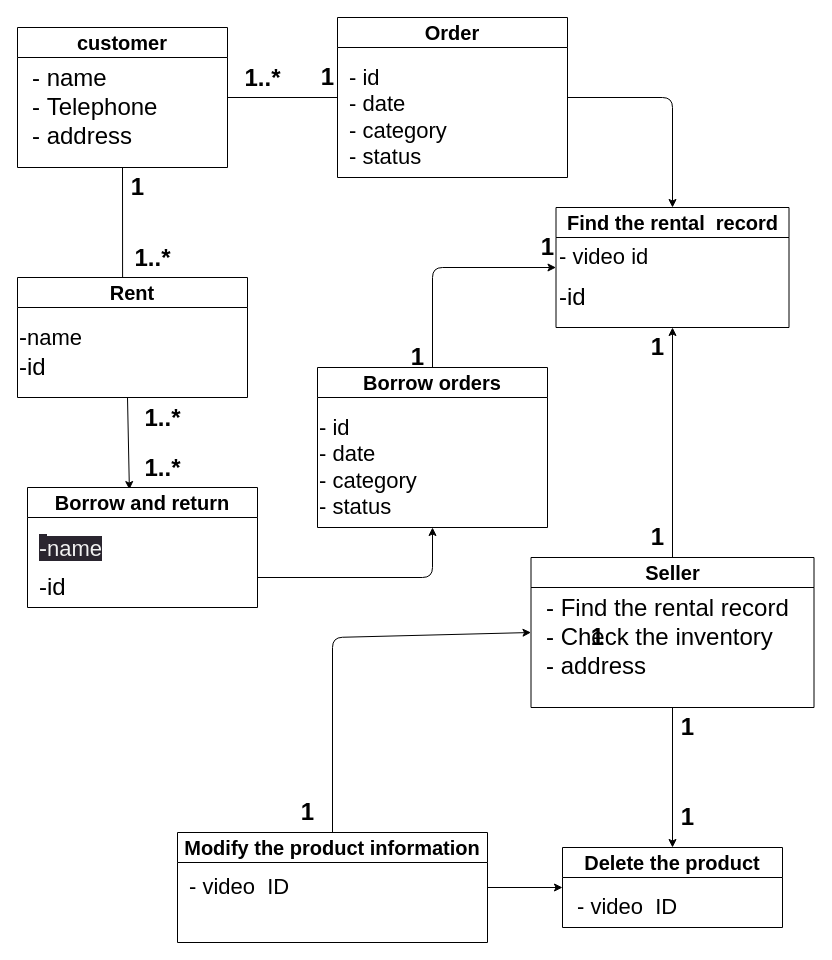
This is page "初步類別圖" (1 of 3) of answer.drawio from as37470317/112-2Finalproject, a draw.io file, before an edit. Source tidied: cells renumbered, new cells numbered last; positions are measured from the earlier drawing's top-left corner, leaving out a move shared by most shapes. Both pictures are drawn from the tidied source at 100%, with x=0, y=0 at pixel (17, 17).
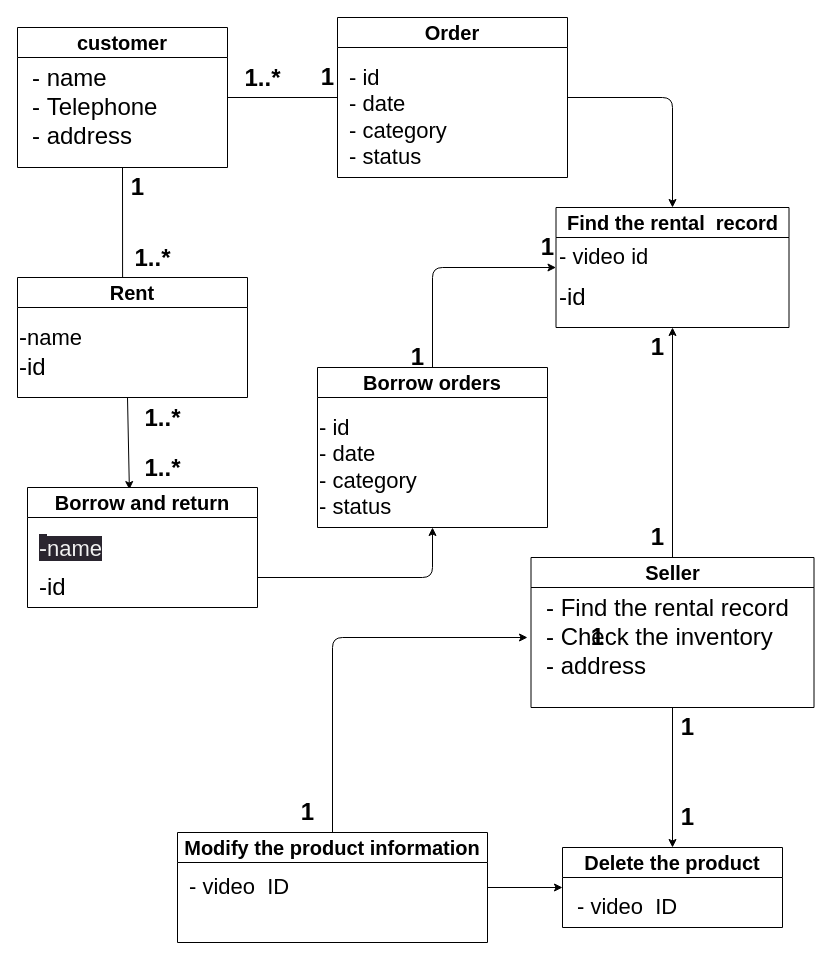
Above is the later version.

The change refers to these unchanged cells:
```xml
<mxCell id="13" value="&lt;span style=&quot;font-size: 20px;&quot;&gt;Seller&lt;/span&gt;" style="swimlane;whiteSpace=wrap;html=1;startSize=30;" parent="1" vertex="1">
  <mxGeometry x="513.5" y="540" width="283" height="150" as="geometry" />
</mxCell>
<mxCell id="46" value="1" style="text;strokeColor=none;fillColor=none;html=1;fontSize=24;fontStyle=1;verticalAlign=middle;align=center;" parent="1" vertex="1">
  <mxGeometry x="240" y="775" width="100" height="40" as="geometry" />
</mxCell>
```

The edit, as a diff of the source:
```diff
@@
-    <mxCell id="45" style="edgeStyle=none;html=1;exitX=0.75;exitY=1;exitDx=0;exitDy=0;entryX=0;entryY=0.5;entryDx=0;entryDy=0;" parent="1" edge="1" source="46" target="13">
+    <mxCell id="45" style="edgeStyle=none;html=1;exitX=0.75;exitY=1;exitDx=0;exitDy=0;" parent="1" edge="1" source="46">
       <mxGeometry relative="1" as="geometry">
+        <mxPoint x="510" y="620" as="targetPoint" />
         <Array as="points">
           <mxPoint x="315" y="620" />
         </Array>
       </mxGeometry>
     </mxCell>
```
